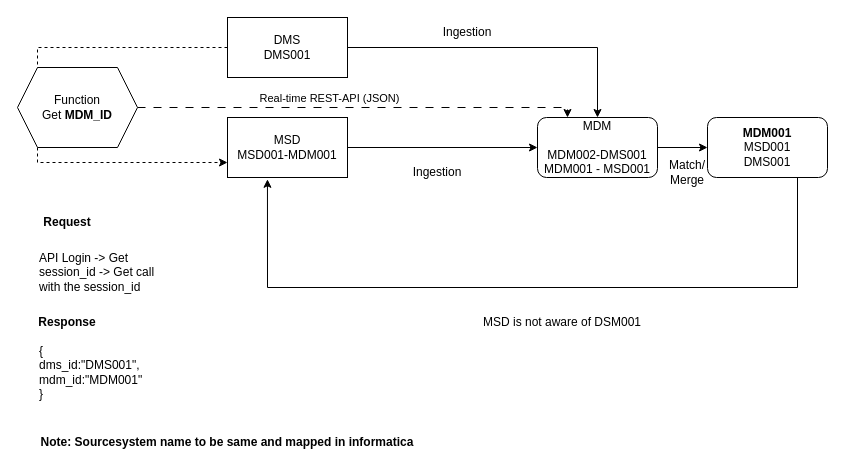
Before: page "MSD-Blocking Feature" (43 of 43) of TME.drawio in biswarup81/drawings, a draw.io diagram. Source tidied: cells renumbered, new cells numbered last; positions are measured from the earlier drawing's top-left corner, leaving out a move shared by most shapes. Both pictures are drawn from the tidied source at 100%, with x=0, y=0 at pixel (17, 17).
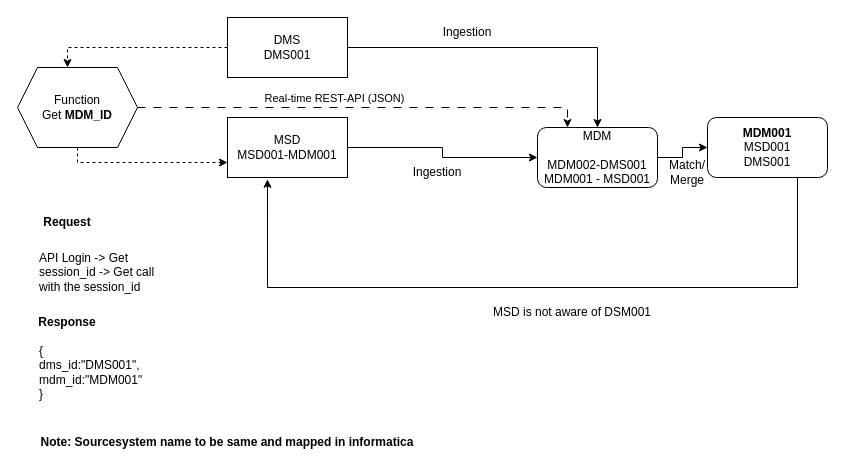
Above is the later version.

Unchanged cells that the change refers to:
```xml
<mxCell id="5" value="MSD&lt;div&gt;MSD001-MDM001&lt;/div&gt;" style="rounded=0;whiteSpace=wrap;html=1;" parent="1" vertex="1">
  <mxGeometry x="210" y="100" width="120" height="60" as="geometry" />
</mxCell>
<mxCell id="8" value="DMS&lt;div&gt;DMS001&lt;/div&gt;" style="rounded=0;whiteSpace=wrap;html=1;" parent="1" vertex="1">
  <mxGeometry x="210" width="120" height="60" as="geometry" />
</mxCell>
<mxCell id="15" value="Function&lt;div&gt;Get &lt;b&gt;MDM_ID&lt;/b&gt;&lt;/div&gt;" style="shape=hexagon;perimeter=hexagonPerimeter2;whiteSpace=wrap;html=1;fixedSize=1;" parent="1" vertex="1">
  <mxGeometry y="50" width="120" height="80" as="geometry" />
</mxCell>
```

Change to the diagram source:
```diff
@@
     <mxCell id="3" value="MDM&lt;div&gt;&lt;br&gt;&lt;div&gt;MDM002-DMS001&lt;/div&gt;&lt;div&gt;MDM001 - MSD001&lt;/div&gt;&lt;/div&gt;" style="rounded=1;whiteSpace=wrap;html=1;" parent="1" vertex="1">
-      <mxGeometry x="520" y="100" width="120" height="60" as="geometry" />
+      <mxGeometry x="520" y="110" width="120" height="60" as="geometry" />
     </mxCell>
@@
-    <mxCell id="7" style="edgeStyle=orthogonalEdgeStyle;rounded=0;jettySize=auto;html=1;entryX=0;entryY=0.75;entryDx=0;entryDy=0;dashed=1;" parent="1" edge="1" source="15" target="5">
-      <mxGeometry relative="1" as="geometry">
-        <Array as="points">
-          <mxPoint x="20" y="145" />
-        </Array>
-      </mxGeometry>
-    </mxCell>
@@
     <mxCell id="11" value="MSD is not aware of DSM001" style="text;html=1;align=center;verticalAlign=middle;whiteSpace=wrap;rounded=0;" parent="1" vertex="1">
-      <mxGeometry x="430" y="290" width="230" height="30" as="geometry" />
+      <mxGeometry x="440" y="280" width="230" height="30" as="geometry" />
     </mxCell>
-    <mxCell id="12" style="edgeStyle=orthogonalEdgeStyle;rounded=0;jettySize=auto;html=1;entryX=0;entryY=0.75;entryDx=0;entryDy=0;dashed=1;" parent="1" edge="1" source="8" target="15">
+    <mxCell id="12" style="edgeStyle=orthogonalEdgeStyle;rounded=0;jettySize=auto;html=1;dashed=1;" parent="1" edge="1" source="8" target="15">
       <mxGeometry relative="1" as="geometry">
         <Array as="points">
-          <mxPoint x="20" y="30" />
+          <mxPoint x="50" y="30" />
         </Array>
       </mxGeometry>
     </mxCell>
@@
+    <mxCell id="7" style="edgeStyle=orthogonalEdgeStyle;rounded=0;jettySize=auto;html=1;entryX=0;entryY=0.75;entryDx=0;entryDy=0;dashed=1;" parent="1" edge="1" source="15" target="5">
+      <mxGeometry relative="1" as="geometry">
+        <Array as="points">
+          <mxPoint x="60" y="145" />
+        </Array>
+      </mxGeometry>
+    </mxCell>
```
